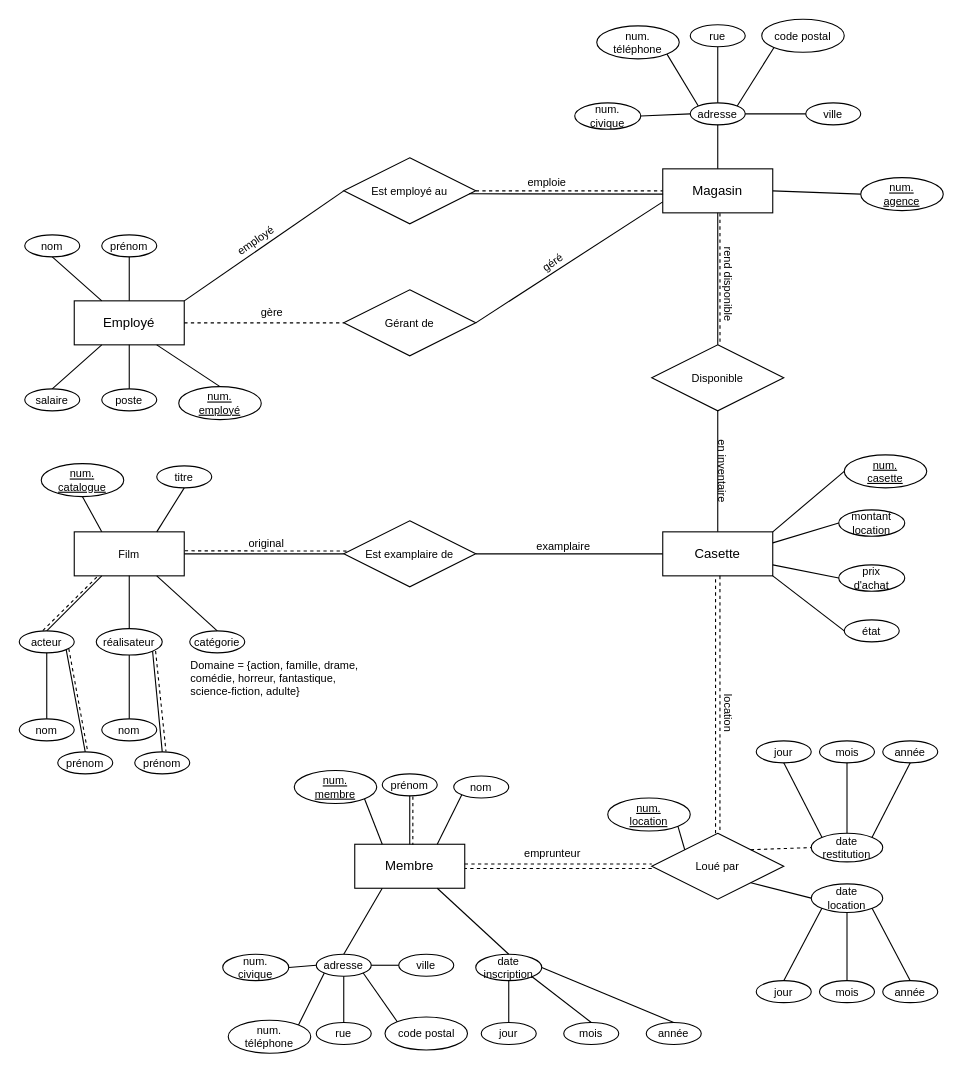
This is page "Exercice-2" (2 of 2) of Diagramme.drawio from jeanclaude-desrosiers/ift2935-devoir1, a draw.io file, before an edit. Source tidied: cells renumbered, new cells numbered last; positions are measured from the earlier drawing's top-left corner, leaving out a move shared by most shapes. Both pictures are drawn from the tidied source at 110%, with x=0, y=0 at pixel (19, 19).
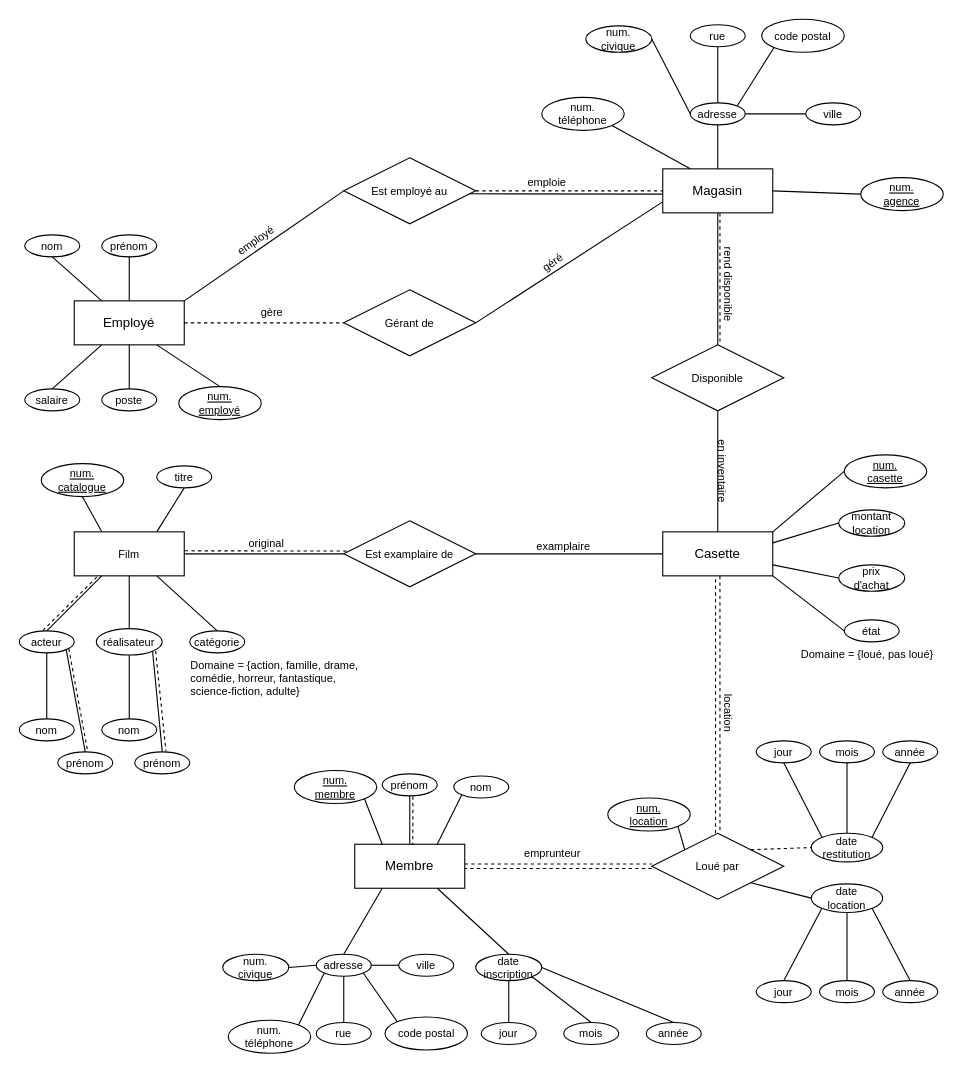
Above is the later version.

The change refers to these unchanged cells:
```xml
<mxCell id="2" value="&lt;div&gt;Magasin&lt;/div&gt;" style="whiteSpace=wrap;html=1;align=center;" parent="1" vertex="1">
  <mxGeometry x="585" y="136" width="100" height="40" as="geometry" />
</mxCell>
<mxCell id="6" value="adresse" style="ellipse;whiteSpace=wrap;html=1;align=center;fontSize=10;" parent="1" vertex="1">
  <mxGeometry x="610" y="76" width="50" height="20" as="geometry" />
</mxCell>
```

Diff of the diagram source:
```diff
@@
     <mxCell id="7" value="&lt;div&gt;num.&lt;/div&gt;&lt;div&gt;civique&lt;/div&gt;" style="ellipse;whiteSpace=wrap;html=1;align=center;fontSize=10;" parent="1" vertex="1">
-      <mxGeometry x="505" y="76" width="60" height="24" as="geometry" />
+      <mxGeometry x="515" y="6" width="60" height="24" as="geometry" />
     </mxCell>
@@
     <mxCell id="11" value="&lt;div&gt;num.&lt;/div&gt;&lt;div&gt;téléphone&lt;/div&gt;" style="ellipse;whiteSpace=wrap;html=1;align=center;fontSize=10;" parent="1" vertex="1">
-      <mxGeometry x="525" y="6" width="75" height="30" as="geometry" />
+      <mxGeometry x="475" y="71" width="75" height="30" as="geometry" />
     </mxCell>
@@
-    <mxCell id="15" style="endArrow=none;html=1;rounded=0;fontSize=10;exitX=1;exitY=1;exitDx=0;exitDy=0;entryX=0;entryY=0;entryDx=0;entryDy=0;" parent="1" edge="1" source="11" target="6">
+    <mxCell id="15" style="endArrow=none;html=1;rounded=0;fontSize=10;exitX=1;exitY=1;exitDx=0;exitDy=0;entryX=0.25;entryY=0;entryDx=0;entryDy=0;" parent="1" edge="1" source="11" target="2">
       <mxGeometry relative="1" as="geometry" />
     </mxCell>
@@
+    <mxCell id="134" value="Domaine = {loué, pas loué}" style="text;html=1;strokeColor=none;fillColor=none;align=left;verticalAlign=top;whiteSpace=wrap;rounded=0;fontSize=10;spacing=1;" parent="1" vertex="1">
+      <mxGeometry x="710" y="566" width="130" height="20" as="geometry" />
+    </mxCell>
```
